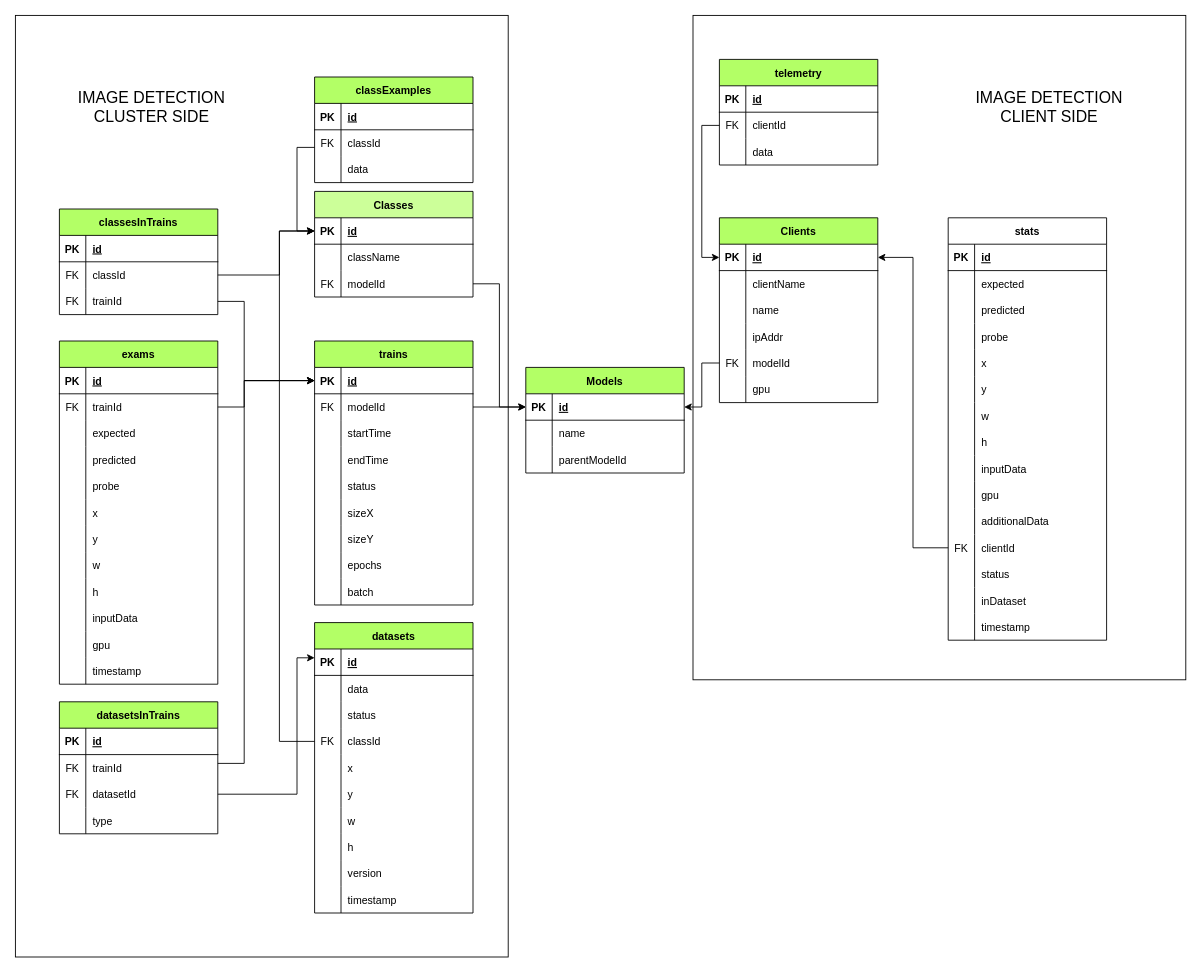
The draw.io diagram database.drawio in DannikInfo/jetson, before the edit. Source tidied: cells renumbered, new cells numbered last; positions are measured from the earlier drawing's top-left corner, leaving out a move shared by most shapes. Both pictures are drawn from the tidied source at 88%, with x=0, y=0 at pixel (15, 15).
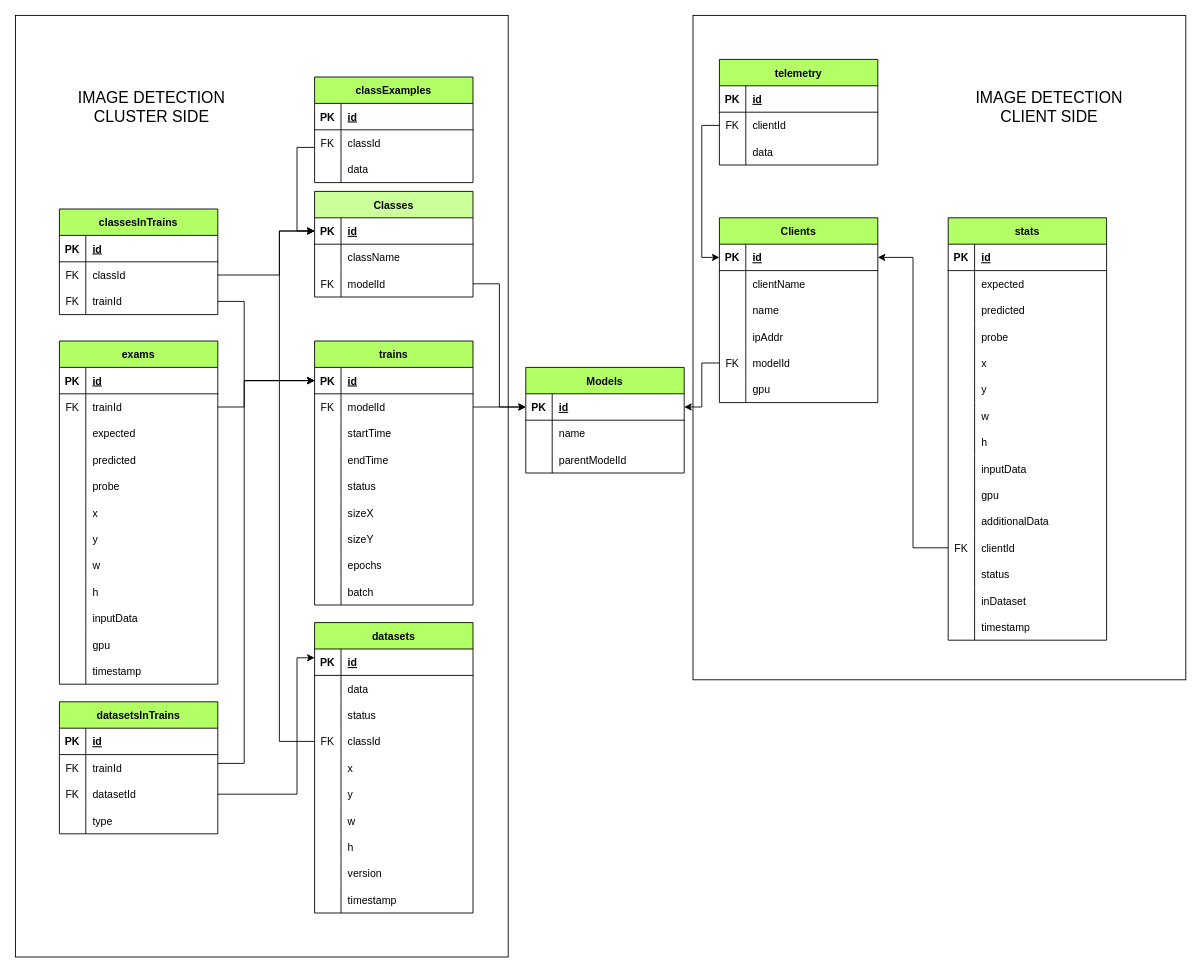
The same diagram, later.

Change to the diagram source:
```diff
@@
-    <mxCell id="112" value="stats" style="shape=table;startSize=30;childLayout=tableLayout;rowLines=0;fontStyle=1;align=center;" parent="1" vertex="1">
+    <mxCell id="112" value="stats" style="shape=table;startSize=30;childLayout=tableLayout;rowLines=0;fontStyle=1;align=center;fillColor=#B3FF66;" parent="1" vertex="1">
       <mxGeometry x="1060" y="230" width="180" height="480" as="geometry" />
     </mxCell>
```
